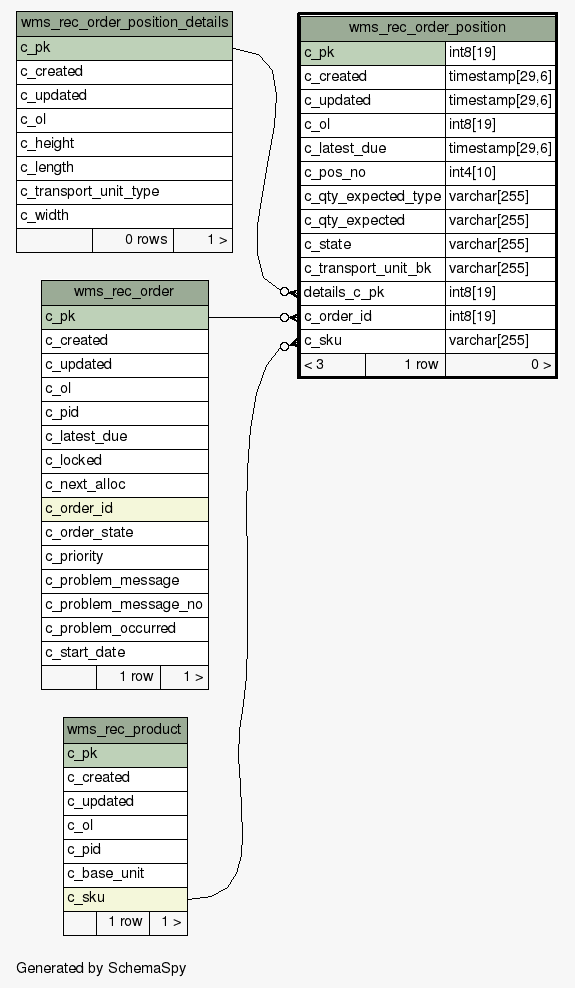
Earlier version of the Graphviz export schemaspy/diagrams/wms_rec_order_position.1degree.png (openwms/org.openwms.wms.receiving.lib). Its source is kept beside it as schemaspy/diagrams/wms_rec_order_position.1degree.dot.
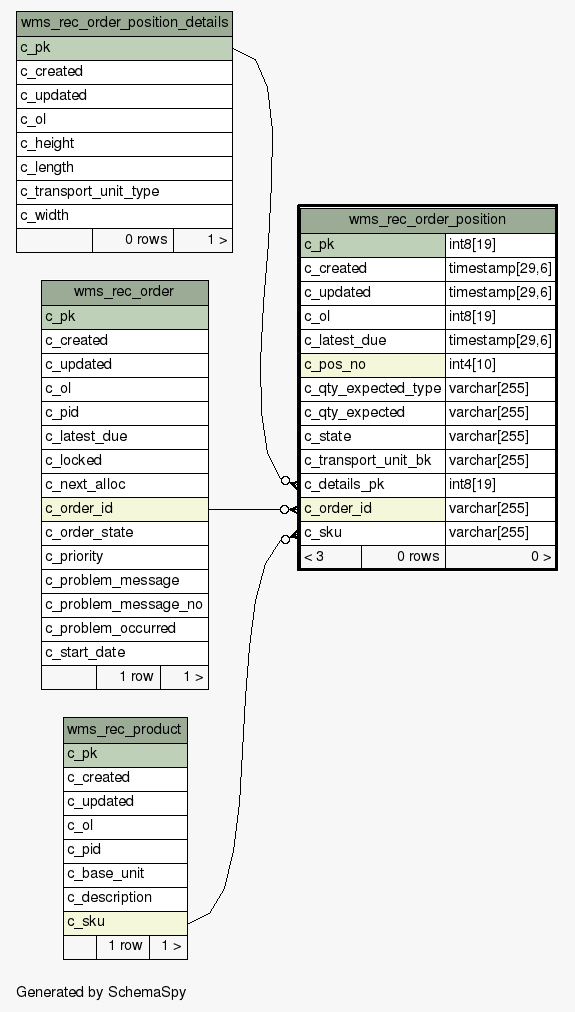
The same diagram one commit later.

Change to the diagram source:
```diff
@@ -17,9 +17,9 @@
   edge [
     arrowsize="0.8"
   ];
-  "wms_rec_order_position":"c_order_id":w -> "wms_rec_order":"c_pk":e [arrowhead=none dir=back arrowtail=crowodot];
+  "wms_rec_order_position":"c_details_pk":w -> "wms_rec_order_position_details":"c_pk":e [arrowhead=none dir=back arrowtail=crowodot];
+  "wms_rec_order_position":"c_order_id":w -> "wms_rec_order":"c_order_id":e [arrowhead=none dir=back arrowtail=crowodot];
   "wms_rec_order_position":"c_sku":w -> "wms_rec_product":"c_sku":e [arrowhead=none dir=back arrowtail=crowodot];
-  "wms_rec_order_position":"details_c_pk":w -> "wms_rec_order_position_details":"c_pk":e [arrowhead=none dir=back arrowtail=crowodot];
   "wms_rec_order" [
     label=<
     <TABLE BORDER="0" CELLBORDER="1" CELLSPACING="0" BGCOLOR="#ffffff">
@@ -53,15 +53,15 @@
       <TR><TD PORT="c_updated" COLSPAN="2" ALIGN="LEFT">c_updated</TD><TD PORT="c_updated.type" ALIGN="LEFT">timestamp[29,6]</TD></TR>
       <TR><TD PORT="c_ol" COLSPAN="2" ALIGN="LEFT">c_ol</TD><TD PORT="c_ol.type" ALIGN="LEFT">int8[19]</TD></TR>
       <TR><TD PORT="c_latest_due" COLSPAN="2" ALIGN="LEFT">c_latest_due</TD><TD PORT="c_latest_due.type" ALIGN="LEFT">timestamp[29,6]</TD></TR>
-      <TR><TD PORT="c_pos_no" COLSPAN="2" ALIGN="LEFT">c_pos_no</TD><TD PORT="c_pos_no.type" ALIGN="LEFT">int4[10]</TD></TR>
+      <TR><TD PORT="c_pos_no" COLSPAN="2" BGCOLOR="#f4f7da" ALIGN="LEFT">c_pos_no</TD><TD PORT="c_pos_no.type" ALIGN="LEFT">int4[10]</TD></TR>
       <TR><TD PORT="c_qty_expected_type" COLSPAN="2" ALIGN="LEFT">c_qty_expected_type</TD><TD PORT="c_qty_expected_type.type" ALIGN="LEFT">varchar[255]</TD></TR>
       <TR><TD PORT="c_qty_expected" COLSPAN="2" ALIGN="LEFT">c_qty_expected</TD><TD PORT="c_qty_expected.type" ALIGN="LEFT">varchar[255]</TD></TR>
       <TR><TD PORT="c_state" COLSPAN="2" ALIGN="LEFT">c_state</TD><TD PORT="c_state.type" ALIGN="LEFT">varchar[255]</TD></TR>
       <TR><TD PORT="c_transport_unit_bk" COLSPAN="2" ALIGN="LEFT">c_transport_unit_bk</TD><TD PORT="c_transport_unit_bk.type" ALIGN="LEFT">varchar[255]</TD></TR>
-      <TR><TD PORT="details_c_pk" COLSPAN="2" ALIGN="LEFT">details_c_pk</TD><TD PORT="details_c_pk.type" ALIGN="LEFT">int8[19]</TD></TR>
-      <TR><TD PORT="c_order_id" COLSPAN="2" ALIGN="LEFT">c_order_id</TD><TD PORT="c_order_id.type" ALIGN="LEFT">int8[19]</TD></TR>
+      <TR><TD PORT="c_details_pk" COLSPAN="2" ALIGN="LEFT">c_details_pk</TD><TD PORT="c_details_pk.type" ALIGN="LEFT">int8[19]</TD></TR>
+      <TR><TD PORT="c_order_id" COLSPAN="2" BGCOLOR="#f4f7da" ALIGN="LEFT">c_order_id</TD><TD PORT="c_order_id.type" ALIGN="LEFT">varchar[255]</TD></TR>
       <TR><TD PORT="c_sku" COLSPAN="2" ALIGN="LEFT">c_sku</TD><TD PORT="c_sku.type" ALIGN="LEFT">varchar[255]</TD></TR>
-      <TR><TD ALIGN="LEFT" BGCOLOR="#f7f7f7">&lt; 3</TD><TD ALIGN="RIGHT" BGCOLOR="#f7f7f7">1 row</TD><TD ALIGN="RIGHT" BGCOLOR="#f7f7f7">0 &gt;</TD></TR>
+      <TR><TD ALIGN="LEFT" BGCOLOR="#f7f7f7">&lt; 3</TD><TD ALIGN="RIGHT" BGCOLOR="#f7f7f7">0 rows</TD><TD ALIGN="RIGHT" BGCOLOR="#f7f7f7">0 &gt;</TD></TR>
     </TABLE>>
     URL="wms_rec_order_position.html"
     tooltip="wms_rec_order_position"
@@ -93,6 +93,7 @@
       <TR><TD PORT="c_ol" COLSPAN="3" ALIGN="LEFT">c_ol</TD></TR>
       <TR><TD PORT="c_pid" COLSPAN="3" ALIGN="LEFT">c_pid</TD></TR>
       <TR><TD PORT="c_base_unit" COLSPAN="3" ALIGN="LEFT">c_base_unit</TD></TR>
+      <TR><TD PORT="c_description" COLSPAN="3" ALIGN="LEFT">c_description</TD></TR>
       <TR><TD PORT="c_sku" COLSPAN="3" BGCOLOR="#f4f7da" ALIGN="LEFT">c_sku</TD></TR>
       <TR><TD ALIGN="LEFT" BGCOLOR="#f7f7f7">  </TD><TD ALIGN="RIGHT" BGCOLOR="#f7f7f7">1 row</TD><TD ALIGN="RIGHT" BGCOLOR="#f7f7f7">1 &gt;</TD></TR>
     </TABLE>>
```
